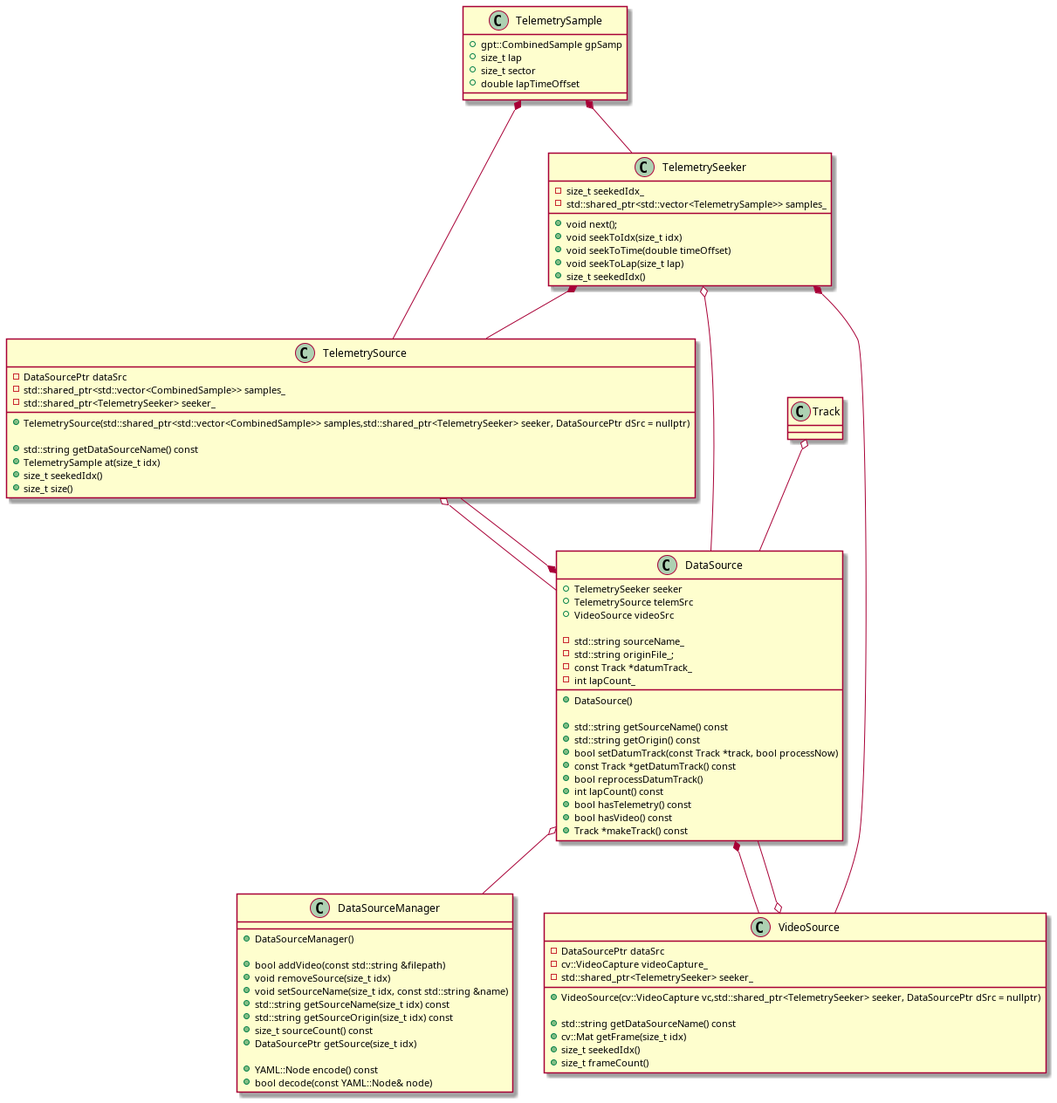
The PlantUML diagram docs/plantuml_imgs/dataSourceClasses.png in hankedan000/gopro-overlay, before a commit.
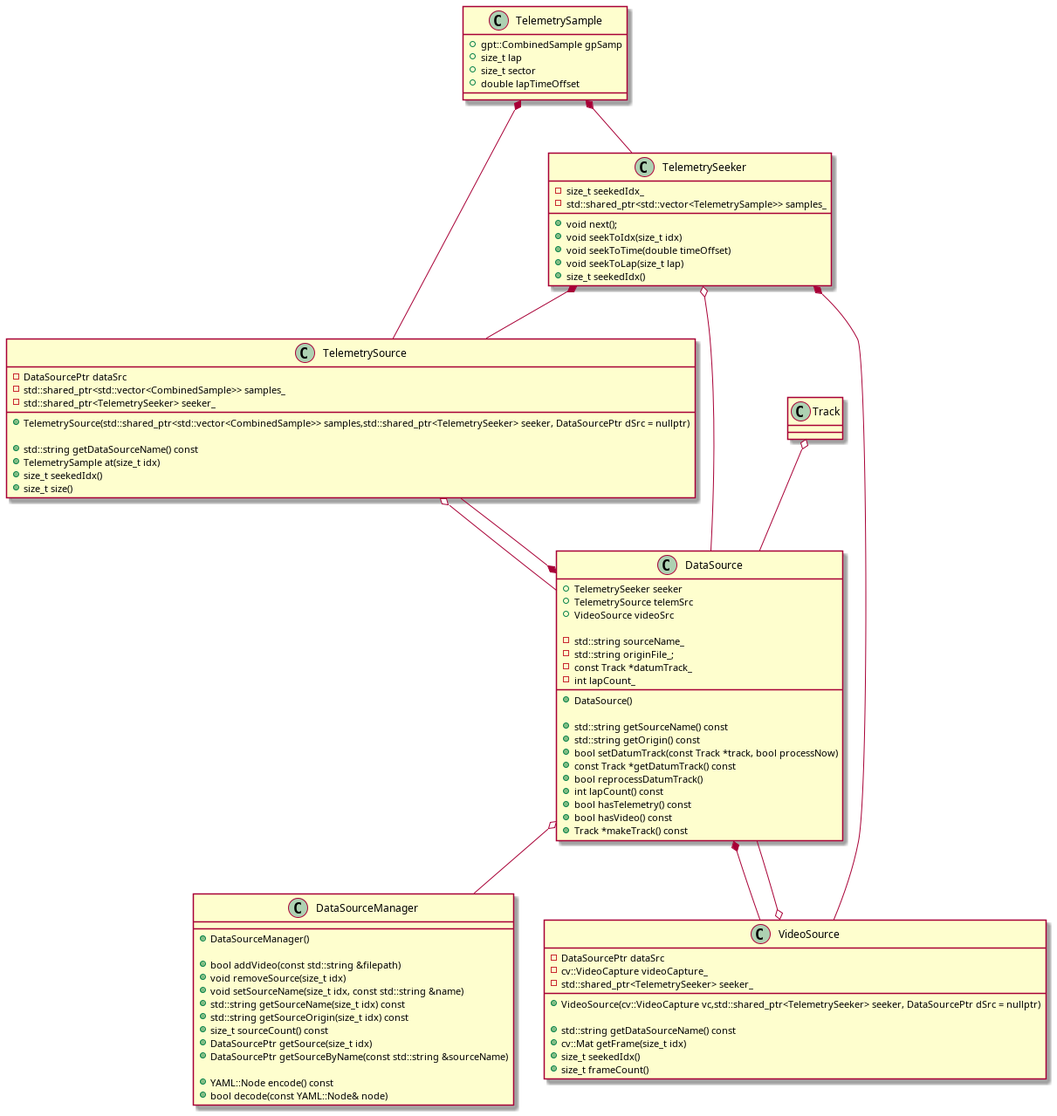
Above is the later version.

What changed in the source:
```diff
@@ -77,6 +77,7 @@
 	+std::string getSourceOrigin(size_t idx) const
 	+size_t sourceCount() const
 	+DataSourcePtr getSource(size_t idx)
+	+DataSourcePtr getSourceByName(const std::string &sourceName)
 
 	+YAML::Node encode() const
 	+bool decode(const YAML::Node& node)
```
